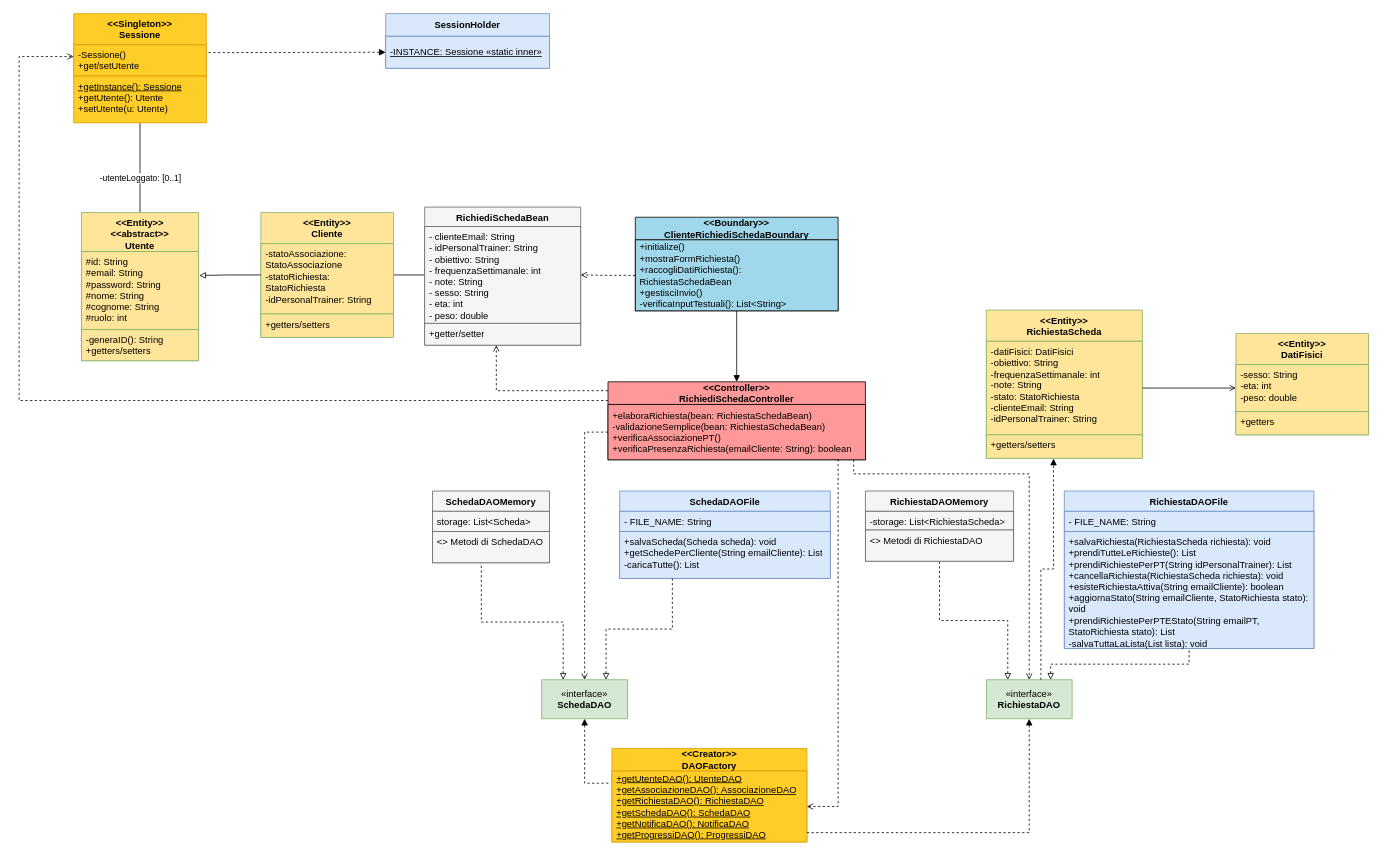
This is Design Level/DesignLevelDiagram.drawio from FedericoSib/FitPlan, a draw.io file, before an edit. Source tidied: cells renumbered, new cells numbered last; positions are measured from the earlier drawing's top-left corner, leaving out a move shared by most shapes. Both pictures are drawn from the tidied source at 78%, with x=0, y=0 at pixel (19, 13).
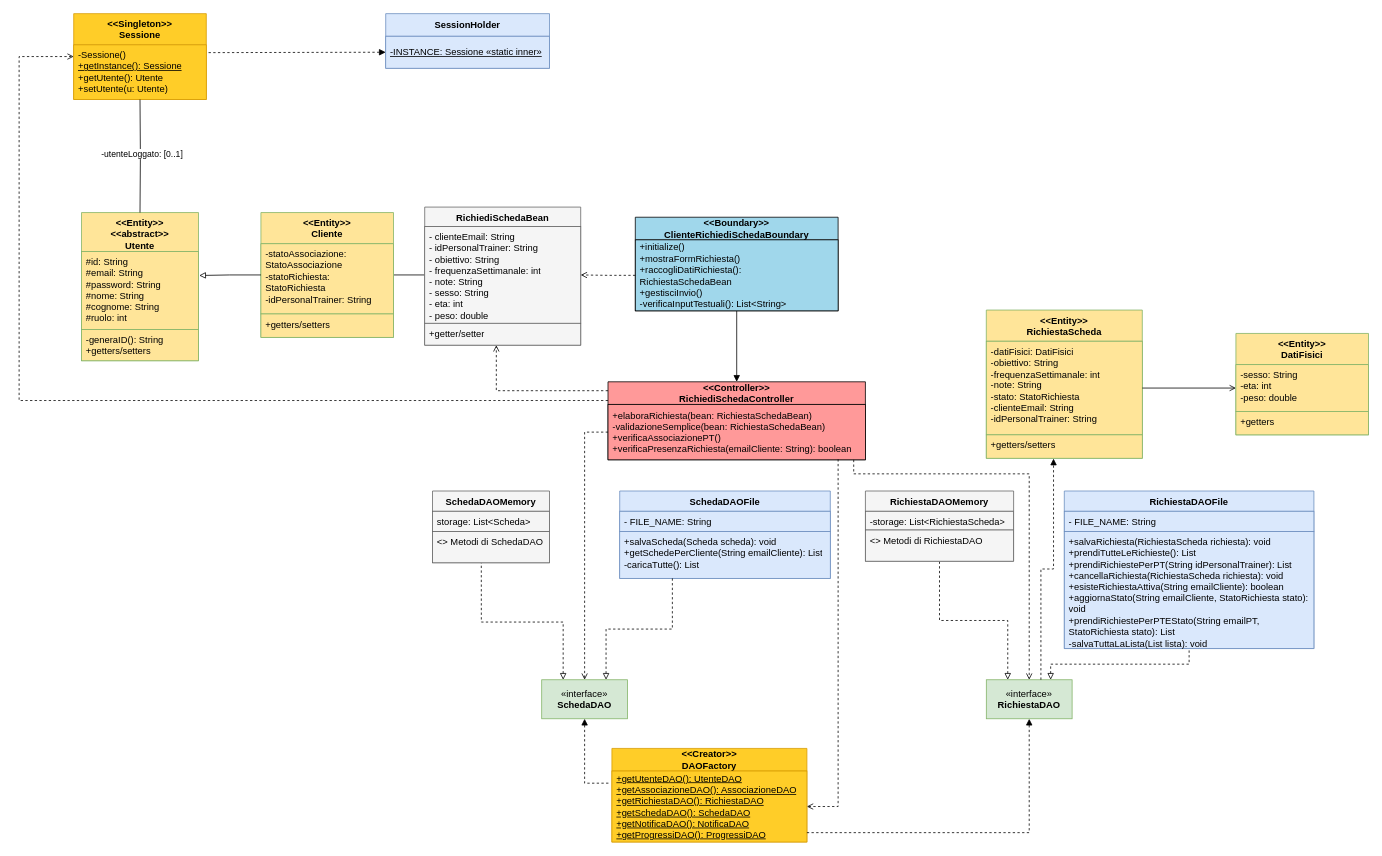
The same diagram, later.

What changed in the source:
```diff
@@
     <mxCell id="22" style="edgeStyle=orthogonalEdgeStyle;rounded=0;orthogonalLoop=1;jettySize=auto;html=1;entryX=0.5;entryY=1;entryDx=0;entryDy=0;startArrow=none;startFill=0;endArrow=none;endFill=0;exitX=0.5;exitY=0;exitDx=0;exitDy=0;" parent="1" edge="1">
       <mxGeometry relative="1" as="geometry">
-        <mxPoint x="155" y="255" as="sourcePoint" />
+        <mxPoint x="155" y="40" as="sourcePoint" />
         <mxPoint x="155" y="50" as="targetPoint" />
       </mxGeometry>
     </mxCell>
-    <mxCell id="23" value="&lt;div&gt;&amp;nbsp;-utenteLoggato: [0..1]&lt;/div&gt;" style="edgeLabel;html=1;align=center;verticalAlign=middle;" parent="22" vertex="1">
-      <mxGeometry x="-0.56" y="2" relative="1" as="geometry" />
-    </mxCell>
@@
     <mxCell id="52" value="&lt;div&gt;&amp;lt;&amp;lt;Singleton&amp;gt;&amp;gt;&lt;/div&gt;&lt;div&gt;Sessione&lt;/div&gt;" style="swimlane;fontStyle=1;align=center;verticalAlign=top;horizontal=1;startSize=40;whiteSpace=wrap;html=1;fillColor=#ffcd28;gradientColor=none;strokeColor=#d79b00;" parent="1" vertex="1">
-      <mxGeometry x="70" width="170" height="80" as="geometry" />
+      <mxGeometry x="70" width="170" height="110" as="geometry" />
     </mxCell>
-    <mxCell id="53" value="&lt;div&gt;-Sessione()&lt;/div&gt;&lt;div&gt;+get/setUtente&lt;/div&gt;" style="text;strokeColor=#d79b00;fillColor=#ffcd28;align=left;verticalAlign=top;spacingLeft=4;spacingRight=4;overflow=hidden;whiteSpace=wrap;html=1;gradientColor=none;" parent="52" vertex="1">
-      <mxGeometry y="40" width="170" height="40" as="geometry" />
-    </mxCell>
-    <mxCell id="54" value="&lt;u&gt;+getInstance(): Sessione&lt;/u&gt;&lt;br&gt;    +getUtente(): Utente&lt;br&gt;    +setUtente(u: Utente)" style="text;strokeColor=#d79b00;fillColor=#ffcd28;align=left;verticalAlign=top;spacingLeft=4;spacingRight=4;overflow=hidden;whiteSpace=wrap;html=1;gradientColor=none;" parent="1" vertex="1">
-      <mxGeometry x="70" y="80" width="170" height="60" as="geometry" />
+    <mxCell id="54" value="&lt;div&gt;-Sessione()&lt;/div&gt;&lt;div&gt;&lt;u&gt;+getInstance(): Sessione&lt;/u&gt;&lt;/div&gt;    +getUtente(): Utente&lt;br&gt;    +setUtente(u: Utente)" style="text;strokeColor=#d79b00;fillColor=#ffcd28;align=left;verticalAlign=top;spacingLeft=4;spacingRight=4;overflow=hidden;whiteSpace=wrap;html=1;gradientColor=none;" parent="52" vertex="1">
+      <mxGeometry y="40" width="170" height="70" as="geometry" />
     </mxCell>
@@
+    <mxCell id="62" style="edgeStyle=orthogonalEdgeStyle;rounded=0;jettySize=auto;html=1;entryX=0.5;entryY=1;entryDx=0;entryDy=0;startArrow=none;startFill=0;endArrow=none;endFill=0;exitX=0.5;exitY=0;exitDx=0;exitDy=0;" parent="1" edge="1" target="52">
+      <mxGeometry relative="1" as="geometry">
+        <mxPoint x="155" y="255" as="sourcePoint" />
+      </mxGeometry>
+    </mxCell>
+    <mxCell id="23" value="&lt;div&gt;&amp;nbsp;-utenteLoggato: [0..1]&lt;/div&gt;" style="edgeLabel;html=1;align=center;verticalAlign=middle;" parent="62" vertex="1">
+      <mxGeometry x="-0.56" y="2" relative="1" as="geometry">
+        <mxPoint x="2" y="-43" as="offset" />
+      </mxGeometry>
+    </mxCell>
```
